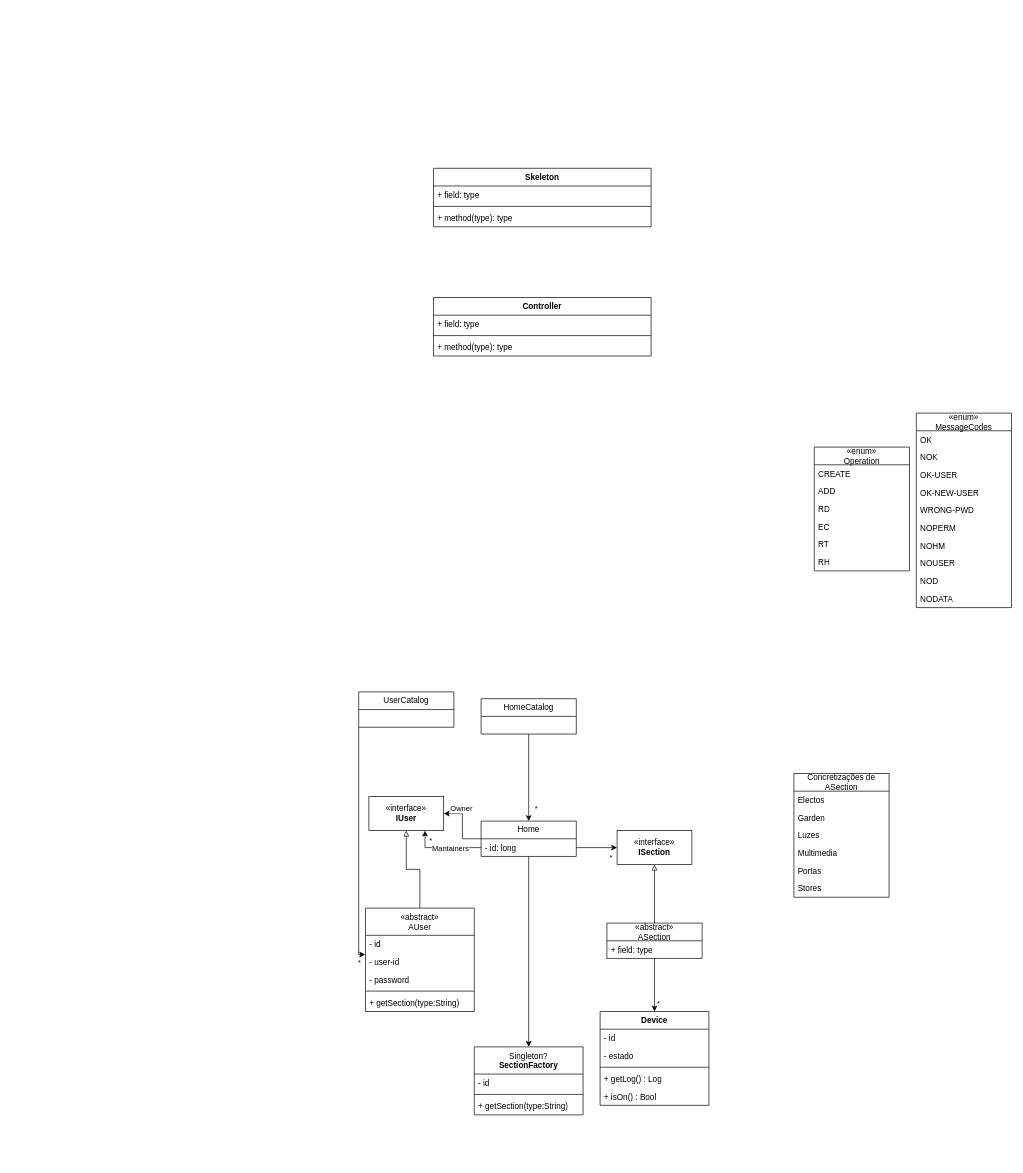
Lana-Melo/Sperta keeps this draw.io diagram as Diagrama.drawio. Above is the earlier version. Source tidied: cells renumbered, new cells numbered last; positions are measured from the earlier drawing's top-left corner, leaving out a move shared by most shapes. Both pictures are drawn from the tidied source at 68%, with x=0, y=0 at pixel (358, 168).
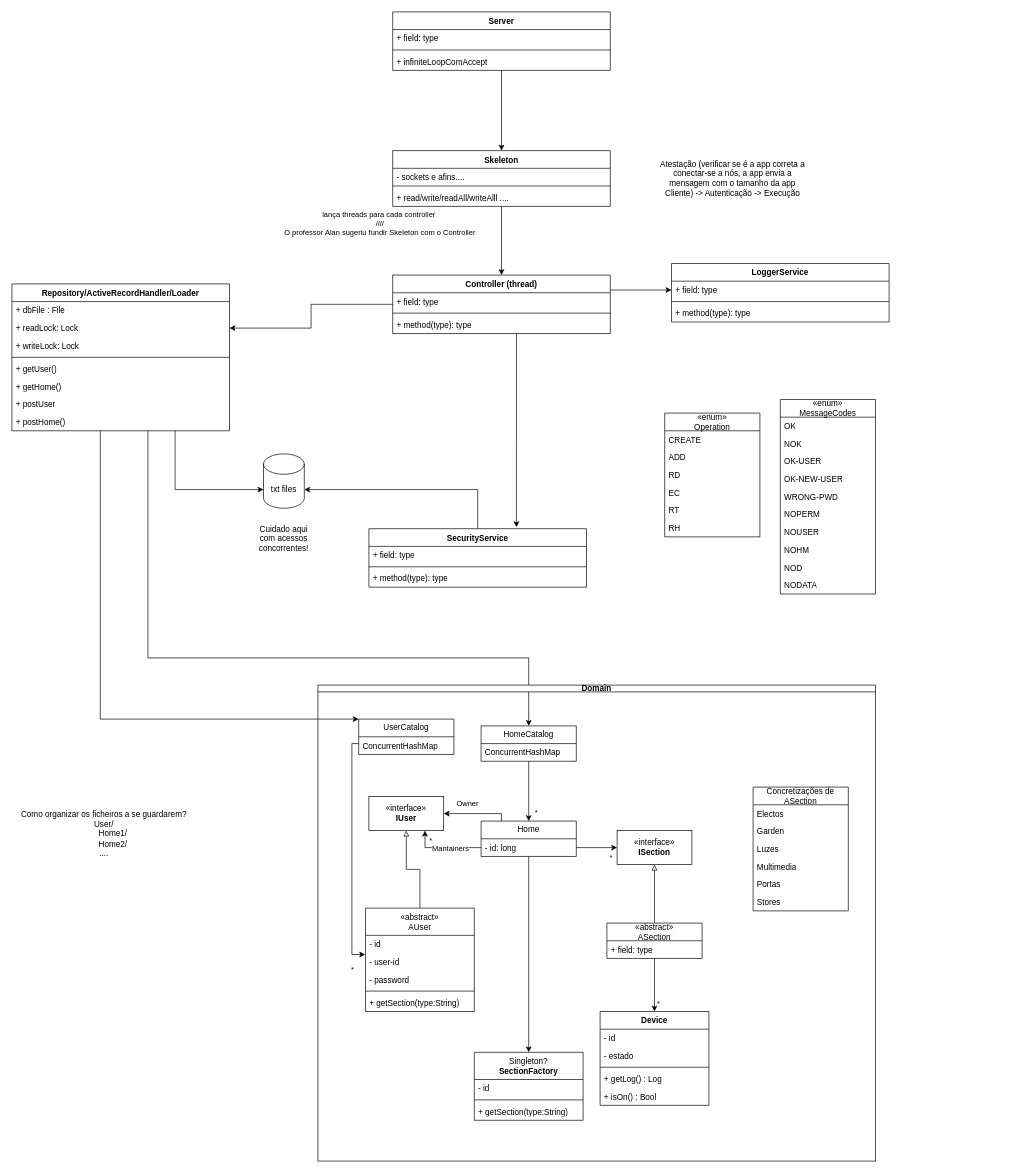
Above is the later version.

The change refers to these unchanged cells:
```xml
<mxCell id="5" value="Home" style="swimlane;fontStyle=0;horizontal=1;startSize=26;fillColor=none;whiteSpace=wrap;html=1;" parent="1" vertex="1">
  <mxGeometry x="180" y="960" width="140" height="52" as="geometry" />
</mxCell>
<mxCell id="52" value="- id" style="text;strokeColor=none;fillColor=none;align=left;verticalAlign=top;spacingLeft=4;spacingRight=4;overflow=hidden;points=[[0,0.5],[1,0.5]];portConstraint=eastwest;whiteSpace=wrap;html=1;" parent="51" vertex="1">
  <mxGeometry y="40" width="160" height="26" as="geometry" />
</mxCell>
<mxCell id="57" value="«interface»&lt;br&gt;&lt;b&gt;IUser&lt;/b&gt;" style="html=1;whiteSpace=wrap;" parent="1" vertex="1">
  <mxGeometry x="15" y="924" width="110" height="50" as="geometry" />
</mxCell>
```

What changed in the source:
```diff
@@
     <mxCell id="3" style="edgeStyle=orthogonalEdgeStyle;rounded=0;jettySize=auto;html=1;" parent="1" edge="1" source="5" target="57">
-      <mxGeometry relative="1" as="geometry" />
+      <mxGeometry relative="1" as="geometry">
+        <Array as="points">
+          <mxPoint x="210" y="949" />
+        </Array>
+      </mxGeometry>
     </mxCell>
@@
     <mxCell id="15" value="Concretizações de ASection" style="swimlane;fontStyle=0;horizontal=1;startSize=26;fillColor=none;whiteSpace=wrap;html=1;" parent="1" vertex="1">
-      <mxGeometry x="640" y="890" width="140" height="182" as="geometry" />
+      <mxGeometry x="580" y="910" width="140" height="182" as="geometry" />
     </mxCell>
@@
     <mxCell id="22" value="«enum»&lt;div&gt;MessageCodes&lt;/div&gt;" style="swimlane;fontStyle=0;horizontal=1;startSize=26;fillColor=none;whiteSpace=wrap;html=1;" parent="1" vertex="1">
-      <mxGeometry x="820" y="360" width="140" height="286" as="geometry" />
+      <mxGeometry x="620" y="340" width="140" height="286" as="geometry" />
     </mxCell>
@@
+    <mxCell id="30" value="NOUSER" style="text;strokeColor=none;fillColor=none;align=left;verticalAlign=top;spacingLeft=4;spacingRight=4;overflow=hidden;whiteSpace=wrap;html=1;" parent="22" vertex="1">
+      <mxGeometry y="182" width="140" height="26" as="geometry" />
+    </mxCell>
     <mxCell id="29" value="NOHM" style="text;strokeColor=none;fillColor=none;align=left;verticalAlign=top;spacingLeft=4;spacingRight=4;overflow=hidden;whiteSpace=wrap;html=1;" parent="22" vertex="1">
-      <mxGeometry y="182" width="140" height="26" as="geometry" />
+      <mxGeometry y="208" width="140" height="26" as="geometry" />
     </mxCell>
-    <mxCell id="30" value="NOUSER" style="text;strokeColor=none;fillColor=none;align=left;verticalAlign=top;spacingLeft=4;spacingRight=4;overflow=hidden;whiteSpace=wrap;html=1;" parent="22" vertex="1">
-      <mxGeometry y="208" width="140" height="26" as="geometry" />
-    </mxCell>
@@
     <mxCell id="39" value="«enum»&lt;div&gt;Operation&lt;/div&gt;" style="swimlane;fontStyle=0;horizontal=1;startSize=26;fillColor=none;whiteSpace=wrap;html=1;" parent="1" vertex="1">
-      <mxGeometry x="670" y="410" width="140" height="182" as="geometry" />
+      <mxGeometry x="450" y="360" width="140" height="182" as="geometry" />
     </mxCell>
@@
-    <mxCell id="46" value="&lt;div&gt;&lt;span style=&quot;font-weight: normal;&quot;&gt;Singleton?&lt;/span&gt;&lt;/div&gt;SectionFactory" style="swimlane;fontStyle=1;align=center;verticalAlign=top;horizontal=1;startSize=40;whiteSpace=wrap;html=1;" parent="1" vertex="1">
-      <mxGeometry x="170" y="1292" width="160" height="100" as="geometry" />
-    </mxCell>
-    <mxCell id="47" value="- id" style="text;strokeColor=none;fillColor=none;align=left;verticalAlign=top;spacingLeft=4;spacingRight=4;overflow=hidden;whiteSpace=wrap;html=1;" parent="46" vertex="1">
-      <mxGeometry y="40" width="160" height="26" as="geometry" />
-    </mxCell>
-    <mxCell id="48" style="line;strokeWidth=1;fillColor=none;align=left;verticalAlign=middle;spacingTop=-1;spacingLeft=3;spacingRight=3;labelPosition=right;strokeColor=inherit;" parent="46" vertex="1">
-      <mxGeometry y="66" width="160" height="8" as="geometry" />
-    </mxCell>
-    <mxCell id="49" value="+ getSection(type:String)" style="text;strokeColor=none;fillColor=none;align=left;verticalAlign=top;spacingLeft=4;spacingRight=4;overflow=hidden;whiteSpace=wrap;html=1;" parent="46" vertex="1">
-      <mxGeometry y="74" width="160" height="26" as="geometry" />
-    </mxCell>
@@
-    <mxCell id="61" value="UserCatalog" style="swimlane;fontStyle=0;horizontal=1;startSize=26;fillColor=none;whiteSpace=wrap;html=1;" parent="1" vertex="1">
-      <mxGeometry y="770" width="140" height="52" as="geometry" />
-    </mxCell>
     <mxCell id="62" style="edgeStyle=orthogonalEdgeStyle;rounded=0;jettySize=auto;html=1;entryX=-0.003;entryY=1.083;entryDx=0;entryDy=0;entryPerimeter=0;" parent="1" edge="1" source="61" target="52">
       <mxGeometry relative="1" as="geometry">
         <Array as="points">
-          <mxPoint y="1156" />
+          <mxPoint x="-10" y="846" />
+          <mxPoint x="-10" y="1156" />
         </Array>
       </mxGeometry>
     </mxCell>
@@
-    <mxCell id="66" value="HomeCatalog" style="swimlane;fontStyle=0;horizontal=1;startSize=26;fillColor=none;whiteSpace=wrap;html=1;" parent="1" vertex="1">
-      <mxGeometry x="180" y="780" width="140" height="52" as="geometry" />
-    </mxCell>
+    <mxCell id="75" style="edgeStyle=orthogonalEdgeStyle;rounded=0;jettySize=auto;html=1;entryX=0;entryY=0.5;entryDx=0;entryDy=0;" parent="1" edge="1" source="67" target="80">
+      <mxGeometry relative="1" as="geometry">
+        <Array as="points">
+          <mxPoint x="310" y="179" />
+        </Array>
+      </mxGeometry>
+    </mxCell>
+    <mxCell id="76" style="edgeStyle=orthogonalEdgeStyle;rounded=0;jettySize=auto;html=1;entryX=1;entryY=0.5;entryDx=0;entryDy=0;" parent="1" edge="1" source="67" target="87">
+      <mxGeometry relative="1" as="geometry" />
+    </mxCell>
-    <mxCell id="67" value="Controller" style="swimlane;fontStyle=1;align=center;verticalAlign=top;horizontal=1;startSize=26;whiteSpace=wrap;html=1;" parent="1" vertex="1">
-      <mxGeometry x="110" y="190" width="320" height="86" as="geometry" />
+    <mxCell id="67" value="Controller (thread)" style="swimlane;fontStyle=1;align=center;verticalAlign=top;horizontal=1;startSize=26;whiteSpace=wrap;html=1;" parent="1" vertex="1">
+      <mxGeometry x="50" y="157" width="320" height="86" as="geometry" />
     </mxCell>
@@
+    <mxCell id="77" style="edgeStyle=orthogonalEdgeStyle;rounded=0;jettySize=auto;html=1;entryX=0.5;entryY=0;entryDx=0;entryDy=0;" parent="1" edge="1" source="71" target="67">
+      <mxGeometry relative="1" as="geometry" />
+    </mxCell>
+    <mxCell id="78" value="lança threads para cada controller&amp;nbsp;&lt;div&gt;////&lt;/div&gt;&lt;div&gt;O professor Alan sugeriu fundir Skeleton com o Controller&lt;/div&gt;" style="edgeLabel;html=1;align=center;verticalAlign=middle;" parent="77" vertex="1">
+      <mxGeometry x="-0.17" y="1" relative="1" as="geometry">
+        <mxPoint x="-181" y="-18" as="offset" />
+      </mxGeometry>
+    </mxCell>
     <mxCell id="71" value="Skeleton" style="swimlane;fontStyle=1;align=center;verticalAlign=top;horizontal=1;startSize=26;whiteSpace=wrap;html=1;" parent="1" vertex="1">
-      <mxGeometry x="110" width="320" height="86" as="geometry" />
+      <mxGeometry x="50" y="-26" width="320" height="82" as="geometry" />
     </mxCell>
-    <mxCell id="72" value="+ field: type" style="text;strokeColor=none;fillColor=none;align=left;verticalAlign=top;spacingLeft=4;spacingRight=4;overflow=hidden;whiteSpace=wrap;html=1;" parent="71" vertex="1">
-      <mxGeometry y="26" width="320" height="26" as="geometry" />
+    <mxCell id="72" value="- sockets e afins...." style="text;strokeColor=none;fillColor=none;align=left;verticalAlign=top;spacingLeft=4;spacingRight=4;overflow=hidden;whiteSpace=wrap;html=1;" parent="71" vertex="1">
+      <mxGeometry y="26" width="320" height="22" as="geometry" />
     </mxCell>
     <mxCell id="73" style="line;strokeWidth=1;fillColor=none;align=left;verticalAlign=middle;spacingTop=-1;spacingLeft=3;spacingRight=3;labelPosition=right;strokeColor=inherit;" parent="71" vertex="1">
-      <mxGeometry y="52" width="320" height="8" as="geometry" />
+      <mxGeometry y="48" width="320" height="8" as="geometry" />
     </mxCell>
-    <mxCell id="74" value="+ method(type): type" style="text;strokeColor=none;fillColor=none;align=left;verticalAlign=top;spacingLeft=4;spacingRight=4;overflow=hidden;whiteSpace=wrap;html=1;" parent="71" vertex="1">
-      <mxGeometry y="60" width="320" height="26" as="geometry" />
+    <mxCell id="74" value="+ read/write/readAll/writeAlll ...." style="text;strokeColor=none;fillColor=none;align=left;verticalAlign=top;spacingLeft=4;spacingRight=4;overflow=hidden;whiteSpace=wrap;html=1;" parent="71" vertex="1">
+      <mxGeometry y="56" width="320" height="26" as="geometry" />
     </mxCell>
+    <mxCell id="79" value="LoggerService&lt;div&gt;&lt;br&gt;&lt;/div&gt;" style="swimlane;fontStyle=1;align=center;verticalAlign=top;horizontal=1;startSize=26;whiteSpace=wrap;html=1;" parent="1" vertex="1">
+      <mxGeometry x="460" y="140" width="320" height="86" as="geometry" />
+    </mxCell>
+    <mxCell id="80" value="+ field: type" style="text;strokeColor=none;fillColor=none;align=left;verticalAlign=top;spacingLeft=4;spacingRight=4;overflow=hidden;points=[[0,0.5],[1,0.5]];portConstraint=eastwest;whiteSpace=wrap;html=1;" parent="79" vertex="1">
+      <mxGeometry y="26" width="320" height="26" as="geometry" />
+    </mxCell>
+    <mxCell id="81" style="line;strokeWidth=1;fillColor=none;align=left;verticalAlign=middle;spacingTop=-1;spacingLeft=3;spacingRight=3;labelPosition=right;strokeColor=inherit;" parent="79" vertex="1">
+      <mxGeometry y="52" width="320" height="8" as="geometry" />
+    </mxCell>
+    <mxCell id="82" value="+ method(type): type" style="text;strokeColor=none;fillColor=none;align=left;verticalAlign=top;spacingLeft=4;spacingRight=4;overflow=hidden;whiteSpace=wrap;html=1;" parent="79" vertex="1">
+      <mxGeometry y="60" width="320" height="26" as="geometry" />
+    </mxCell>
+    <mxCell id="83" style="edgeStyle=orthogonalEdgeStyle;rounded=0;jettySize=auto;html=1;entryX=0;entryY=0;entryDx=0;entryDy=0;" parent="1" edge="1" source="85" target="61">
+      <mxGeometry relative="1" as="geometry">
+        <Array as="points">
+          <mxPoint x="-380" y="810" />
+          <mxPoint y="810" />
+        </Array>
+      </mxGeometry>
+    </mxCell>
+    <mxCell id="84" style="edgeStyle=orthogonalEdgeStyle;rounded=0;jettySize=auto;html=1;" parent="1" edge="1" source="85" target="66">
+      <mxGeometry relative="1" as="geometry">
+        <Array as="points">
+          <mxPoint x="-310" y="720" />
+          <mxPoint x="250" y="720" />
+        </Array>
+      </mxGeometry>
+    </mxCell>
+    <mxCell id="85" value="&lt;div&gt;Repository/ActiveRecordHandler/Loader&lt;/div&gt;" style="swimlane;fontStyle=1;align=center;verticalAlign=top;horizontal=1;startSize=26;whiteSpace=wrap;html=1;" parent="1" vertex="1">
+      <mxGeometry x="-510" y="170" width="320" height="216" as="geometry" />
+    </mxCell>
+    <mxCell id="86" value="+ dbFile : File" style="text;strokeColor=none;fillColor=none;align=left;verticalAlign=top;spacingLeft=4;spacingRight=4;overflow=hidden;whiteSpace=wrap;html=1;" parent="85" vertex="1">
+      <mxGeometry y="26" width="320" height="26" as="geometry" />
+    </mxCell>
+    <mxCell id="87" value="+ readLock: Lock" style="text;strokeColor=none;fillColor=none;align=left;verticalAlign=top;spacingLeft=4;spacingRight=4;overflow=hidden;points=[[0,0.5],[1,0.5]];portConstraint=eastwest;whiteSpace=wrap;html=1;" parent="85" vertex="1">
+      <mxGeometry y="52" width="320" height="26" as="geometry" />
+    </mxCell>
+    <mxCell id="88" value="+ writeLock: Lock" style="text;strokeColor=none;fillColor=none;align=left;verticalAlign=top;spacingLeft=4;spacingRight=4;overflow=hidden;whiteSpace=wrap;html=1;" parent="85" vertex="1">
+      <mxGeometry y="78" width="320" height="26" as="geometry" />
+    </mxCell>
+    <mxCell id="89" style="line;strokeWidth=1;fillColor=none;align=left;verticalAlign=middle;spacingTop=-1;spacingLeft=3;spacingRight=3;labelPosition=right;strokeColor=inherit;" parent="85" vertex="1">
+      <mxGeometry y="104" width="320" height="8" as="geometry" />
+    </mxCell>
+    <mxCell id="90" value="+ getUser()&lt;div&gt;&lt;br&gt;&lt;/div&gt;" style="text;strokeColor=none;fillColor=none;align=left;verticalAlign=top;spacingLeft=4;spacingRight=4;overflow=hidden;whiteSpace=wrap;html=1;" parent="85" vertex="1">
+      <mxGeometry y="112" width="320" height="26" as="geometry" />
+    </mxCell>
+    <mxCell id="91" value="+ getHome()" style="text;strokeColor=none;fillColor=none;align=left;verticalAlign=top;spacingLeft=4;spacingRight=4;overflow=hidden;whiteSpace=wrap;html=1;" parent="85" vertex="1">
+      <mxGeometry y="138" width="320" height="26" as="geometry" />
+    </mxCell>
+    <mxCell id="92" value="+ postUser" style="text;strokeColor=none;fillColor=none;align=left;verticalAlign=top;spacingLeft=4;spacingRight=4;overflow=hidden;whiteSpace=wrap;html=1;" parent="85" vertex="1">
+      <mxGeometry y="164" width="320" height="26" as="geometry" />
+    </mxCell>
+    <mxCell id="93" value="+ postHome()" style="text;strokeColor=none;fillColor=none;align=left;verticalAlign=top;spacingLeft=4;spacingRight=4;overflow=hidden;whiteSpace=wrap;html=1;" parent="85" vertex="1">
+      <mxGeometry y="190" width="320" height="26" as="geometry" />
+    </mxCell>
+    <mxCell id="94" value="&lt;div&gt;SecurityService&lt;/div&gt;" style="swimlane;fontStyle=1;align=center;verticalAlign=top;horizontal=1;startSize=26;whiteSpace=wrap;html=1;" parent="1" vertex="1">
+      <mxGeometry x="15" y="530" width="320" height="86" as="geometry" />
+    </mxCell>
+    <mxCell id="95" value="+ field: type" style="text;strokeColor=none;fillColor=none;align=left;verticalAlign=top;spacingLeft=4;spacingRight=4;overflow=hidden;whiteSpace=wrap;html=1;" parent="94" vertex="1">
+      <mxGeometry y="26" width="320" height="26" as="geometry" />
+    </mxCell>
+    <mxCell id="96" style="line;strokeWidth=1;fillColor=none;align=left;verticalAlign=middle;spacingTop=-1;spacingLeft=3;spacingRight=3;labelPosition=right;strokeColor=inherit;" parent="94" vertex="1">
+      <mxGeometry y="52" width="320" height="8" as="geometry" />
+    </mxCell>
+    <mxCell id="97" value="+ method(type): type" style="text;strokeColor=none;fillColor=none;align=left;verticalAlign=top;spacingLeft=4;spacingRight=4;overflow=hidden;whiteSpace=wrap;html=1;" parent="94" vertex="1">
+      <mxGeometry y="60" width="320" height="26" as="geometry" />
+    </mxCell>
+    <mxCell id="98" value="txt files" style="shape=cylinder3;whiteSpace=wrap;html=1;boundedLbl=1;backgroundOutline=1;size=15;" parent="1" vertex="1">
+      <mxGeometry x="-140" y="420" width="60" height="80" as="geometry" />
+    </mxCell>
+    <mxCell id="99" value="Domain" style="swimlane;whiteSpace=wrap;html=1;startSize=10;" parent="1" vertex="1">
+      <mxGeometry x="-60" y="760" width="820" height="700" as="geometry" />
+    </mxCell>
+    <mxCell id="61" value="UserCatalog" style="swimlane;fontStyle=0;horizontal=1;startSize=26;fillColor=none;whiteSpace=wrap;html=1;" parent="99" vertex="1">
+      <mxGeometry x="60" y="50" width="140" height="52" as="geometry" />
+    </mxCell>
+    <mxCell id="100" value="ConcurrentHashMap" style="text;strokeColor=none;fillColor=none;align=left;verticalAlign=top;spacingLeft=4;spacingRight=4;overflow=hidden;whiteSpace=wrap;html=1;" parent="61" vertex="1">
+      <mxGeometry y="26" width="140" height="26" as="geometry" />
+    </mxCell>
+    <mxCell id="66" value="HomeCatalog" style="swimlane;fontStyle=0;horizontal=1;startSize=26;fillColor=none;whiteSpace=wrap;html=1;" parent="99" vertex="1">
+      <mxGeometry x="240" y="60" width="140" height="52" as="geometry" />
+    </mxCell>
+    <mxCell id="101" value="ConcurrentHashMap" style="text;strokeColor=none;fillColor=none;align=left;verticalAlign=top;spacingLeft=4;spacingRight=4;overflow=hidden;whiteSpace=wrap;html=1;" parent="66" vertex="1">
+      <mxGeometry y="26" width="140" height="26" as="geometry" />
+    </mxCell>
+    <mxCell id="46" value="&lt;div&gt;&lt;span style=&quot;font-weight: normal;&quot;&gt;Singleton?&lt;/span&gt;&lt;/div&gt;SectionFactory" style="swimlane;fontStyle=1;align=center;verticalAlign=top;horizontal=1;startSize=40;whiteSpace=wrap;html=1;" parent="99" vertex="1">
+      <mxGeometry x="230" y="540" width="160" height="100" as="geometry" />
+    </mxCell>
+    <mxCell id="47" value="- id" style="text;strokeColor=none;fillColor=none;align=left;verticalAlign=top;spacingLeft=4;spacingRight=4;overflow=hidden;whiteSpace=wrap;html=1;" parent="46" vertex="1">
+      <mxGeometry y="40" width="160" height="26" as="geometry" />
+    </mxCell>
+    <mxCell id="48" style="line;strokeWidth=1;fillColor=none;align=left;verticalAlign=middle;spacingTop=-1;spacingLeft=3;spacingRight=3;labelPosition=right;strokeColor=inherit;" parent="46" vertex="1">
+      <mxGeometry y="66" width="160" height="8" as="geometry" />
+    </mxCell>
+    <mxCell id="49" value="+ getSection(type:String)" style="text;strokeColor=none;fillColor=none;align=left;verticalAlign=top;spacingLeft=4;spacingRight=4;overflow=hidden;whiteSpace=wrap;html=1;" parent="46" vertex="1">
+      <mxGeometry y="74" width="160" height="26" as="geometry" />
+    </mxCell>
+    <mxCell id="102" value="Cuidado aqui com acessos concorrentes!" style="text;html=1;align=center;verticalAlign=middle;whiteSpace=wrap;rounded=0;" parent="1" vertex="1">
+      <mxGeometry x="-140" y="530" width="60" height="30" as="geometry" />
+    </mxCell>
+    <mxCell id="103" value="Atestação (verificar se é a app correta a conectar-se a nós, a app envia a mensagem com o tamanho da app Cliente) -&amp;gt; Autenticação -&amp;gt; Execução" style="text;html=1;align=center;verticalAlign=middle;whiteSpace=wrap;rounded=0;" parent="1" vertex="1">
+      <mxGeometry x="440" y="-20" width="220" height="70" as="geometry" />
+    </mxCell>
+    <mxCell id="104" style="edgeStyle=orthogonalEdgeStyle;rounded=0;jettySize=auto;html=1;entryX=0.5;entryY=0;entryDx=0;entryDy=0;" parent="1" edge="1" source="105" target="71">
+      <mxGeometry relative="1" as="geometry" />
+    </mxCell>
+    <mxCell id="105" value="Server" style="swimlane;fontStyle=1;align=center;verticalAlign=top;horizontal=1;startSize=26;whiteSpace=wrap;html=1;" parent="1" vertex="1">
+      <mxGeometry x="50" y="-230" width="320" height="86" as="geometry" />
+    </mxCell>
+    <mxCell id="106" value="+ field: type" style="text;strokeColor=none;fillColor=none;align=left;verticalAlign=top;spacingLeft=4;spacingRight=4;overflow=hidden;whiteSpace=wrap;html=1;" parent="105" vertex="1">
+      <mxGeometry y="26" width="320" height="26" as="geometry" />
+    </mxCell>
+    <mxCell id="107" style="line;strokeWidth=1;fillColor=none;align=left;verticalAlign=middle;spacingTop=-1;spacingLeft=3;spacingRight=3;labelPosition=right;strokeColor=inherit;" parent="105" vertex="1">
+      <mxGeometry y="52" width="320" height="8" as="geometry" />
+    </mxCell>
+    <mxCell id="108" value="+ infiniteLoopComAccept" style="text;strokeColor=none;fillColor=none;align=left;verticalAlign=top;spacingLeft=4;spacingRight=4;overflow=hidden;whiteSpace=wrap;html=1;" parent="105" vertex="1">
+      <mxGeometry y="60" width="320" height="26" as="geometry" />
+    </mxCell>
+    <mxCell id="109" style="edgeStyle=orthogonalEdgeStyle;rounded=0;jettySize=auto;html=1;entryX=0.678;entryY=-0.026;entryDx=0;entryDy=0;entryPerimeter=0;" parent="1" edge="1" source="67" target="94">
+      <mxGeometry relative="1" as="geometry">
+        <Array as="points">
+          <mxPoint x="232" y="400" />
+          <mxPoint x="232" y="400" />
+        </Array>
+      </mxGeometry>
+    </mxCell>
+    <mxCell id="110" style="edgeStyle=orthogonalEdgeStyle;rounded=0;jettySize=auto;html=1;entryX=1;entryY=0;entryDx=0;entryDy=52.5;entryPerimeter=0;" parent="1" edge="1" source="94" target="98">
+      <mxGeometry relative="1" as="geometry">
+        <Array as="points">
+          <mxPoint x="175" y="473" />
+        </Array>
+      </mxGeometry>
+    </mxCell>
+    <mxCell id="111" style="edgeStyle=orthogonalEdgeStyle;rounded=0;jettySize=auto;html=1;entryX=0;entryY=0;entryDx=0;entryDy=52.5;entryPerimeter=0;" parent="1" edge="1" source="85" target="98">
+      <mxGeometry relative="1" as="geometry">
+        <Array as="points">
+          <mxPoint x="-270" y="473" />
+        </Array>
+      </mxGeometry>
+    </mxCell>
+    <mxCell id="112" value="Como organizar os ficheiros a se guardarem?&lt;div&gt;User/&lt;/div&gt;&lt;div&gt;&lt;span style=&quot;white-space: pre;&quot;&gt;&#9;&lt;/span&gt;Home1/&lt;/div&gt;&lt;div&gt;&amp;nbsp; &amp;nbsp; &amp;nbsp; &amp;nbsp; Home2/&lt;/div&gt;&lt;div&gt;....&lt;/div&gt;" style="text;html=1;align=center;verticalAlign=middle;strokeColor=none;fillColor=none;" parent="1" vertex="1">
+      <mxGeometry x="-510" y="934" width="270" height="90" as="geometry" />
+    </mxCell>
```
